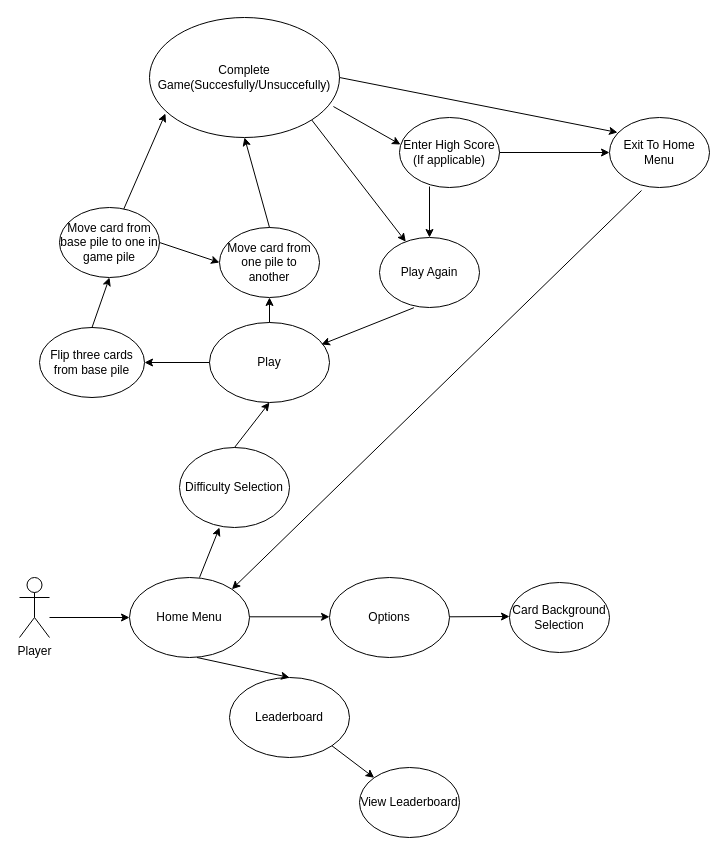
steveb1250/Devils_Grip_Proposal keeps this draw.io diagram as Devils Grip Sequence Diagram.drawio. Above is the earlier version. Source tidied: cells renumbered, new cells numbered last; positions are measured from the earlier drawing's top-left corner, leaving out a move shared by most shapes. Both pictures are drawn from the tidied source at 100%, with x=0, y=0 at pixel (19, 17).
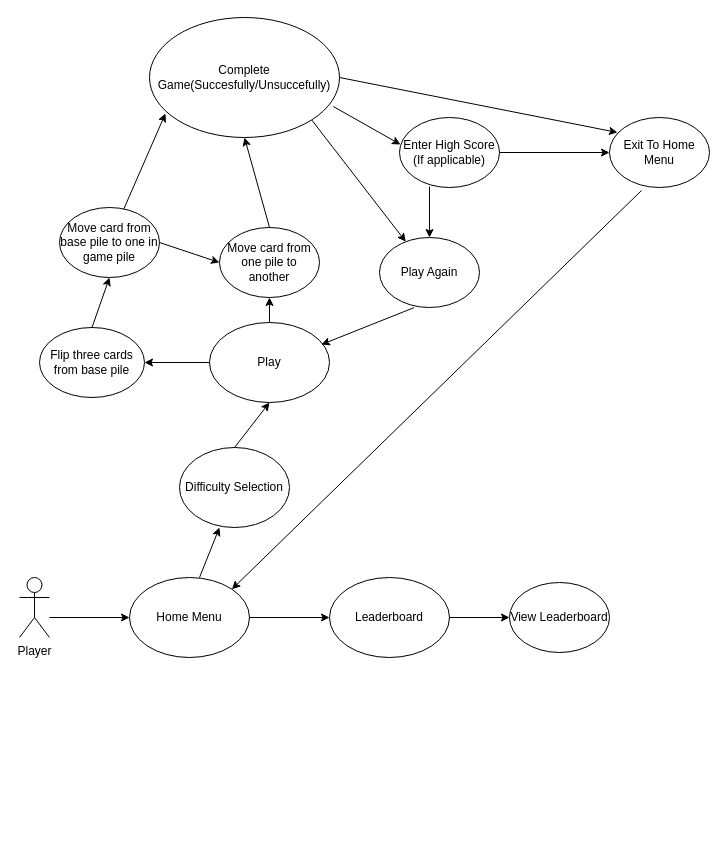
Above is the later version.

Commit message (it also covers changes not shown here):
added GUI prototypes to written proposal as well as removed options menu

Unchanged cells that the change refers to:
```xml
<mxCell id="4" value="Home Menu" style="ellipse;whiteSpace=wrap;html=1;" parent="1" vertex="1">
  <mxGeometry x="110" y="560" width="120" height="80" as="geometry" />
</mxCell>
```

The edit, as a diff of the source:
```diff
@@
-    <mxCell id="13" value="Options" style="ellipse;whiteSpace=wrap;html=1;" parent="1" vertex="1">
-      <mxGeometry x="310" y="560" width="120" height="80" as="geometry" />
-    </mxCell>
     <mxCell id="14" value="Leaderboard" style="ellipse;whiteSpace=wrap;html=1;" parent="1" vertex="1">
-      <mxGeometry x="210" y="660" width="120" height="80" as="geometry" />
+      <mxGeometry x="310" y="560" width="120" height="80" as="geometry" />
     </mxCell>
-    <mxCell id="15" style="endArrow=classic;html=1;" parent="1" edge="1">
-      <mxGeometry relative="1" as="geometry">
-        <mxPoint x="230" y="599.3" as="sourcePoint" />
-        <mxPoint x="310" y="599.3" as="targetPoint" />
-      </mxGeometry>
-    </mxCell>
-    <mxCell id="16" style="endArrow=classic;html=1;entryX=0.5;entryY=0;entryDx=0;entryDy=0;" parent="1" edge="1" target="14">
-      <mxGeometry relative="1" as="geometry">
-        <mxPoint x="177.5" y="640" as="sourcePoint" />
-      </mxGeometry>
+    <mxCell id="16" style="endArrow=classic;html=1;entryX=0;entryY=0.5;entryDx=0;entryDy=0;exitX=1;exitY=0.5;exitDx=0;exitDy=0;" parent="1" edge="1" source="4" target="14">
+      <mxGeometry relative="1" as="geometry" />
     </mxCell>
@@
-    <mxCell id="18" value="Card Background Selection" style="ellipse;whiteSpace=wrap;html=1;" parent="1" vertex="1">
-      <mxGeometry x="490" y="565" width="100" height="70" as="geometry" />
-    </mxCell>
-    <mxCell id="19" style="endArrow=classic;html=1;" parent="1" edge="1">
-      <mxGeometry relative="1" as="geometry">
-        <mxPoint x="430" y="599.3" as="sourcePoint" />
-        <mxPoint x="490" y="599" as="targetPoint" />
-      </mxGeometry>
-    </mxCell>
     <mxCell id="20" value="View Leaderboard" style="ellipse;whiteSpace=wrap;html=1;" parent="1" vertex="1">
-      <mxGeometry x="340" y="750" width="100" height="70" as="geometry" />
+      <mxGeometry x="490" y="565" width="100" height="70" as="geometry" />
     </mxCell>
-    <mxCell id="21" style="endArrow=classic;html=1;entryX=0;entryY=0;entryDx=0;entryDy=0;exitX=1;exitY=1;exitDx=0;exitDy=0;" parent="1" edge="1" source="14" target="20">
+    <mxCell id="21" style="endArrow=classic;html=1;entryX=0;entryY=0.5;entryDx=0;entryDy=0;exitX=1;exitY=0.5;exitDx=0;exitDy=0;" parent="1" edge="1" source="14" target="20">
       <mxGeometry relative="1" as="geometry" />
     </mxCell>
```
